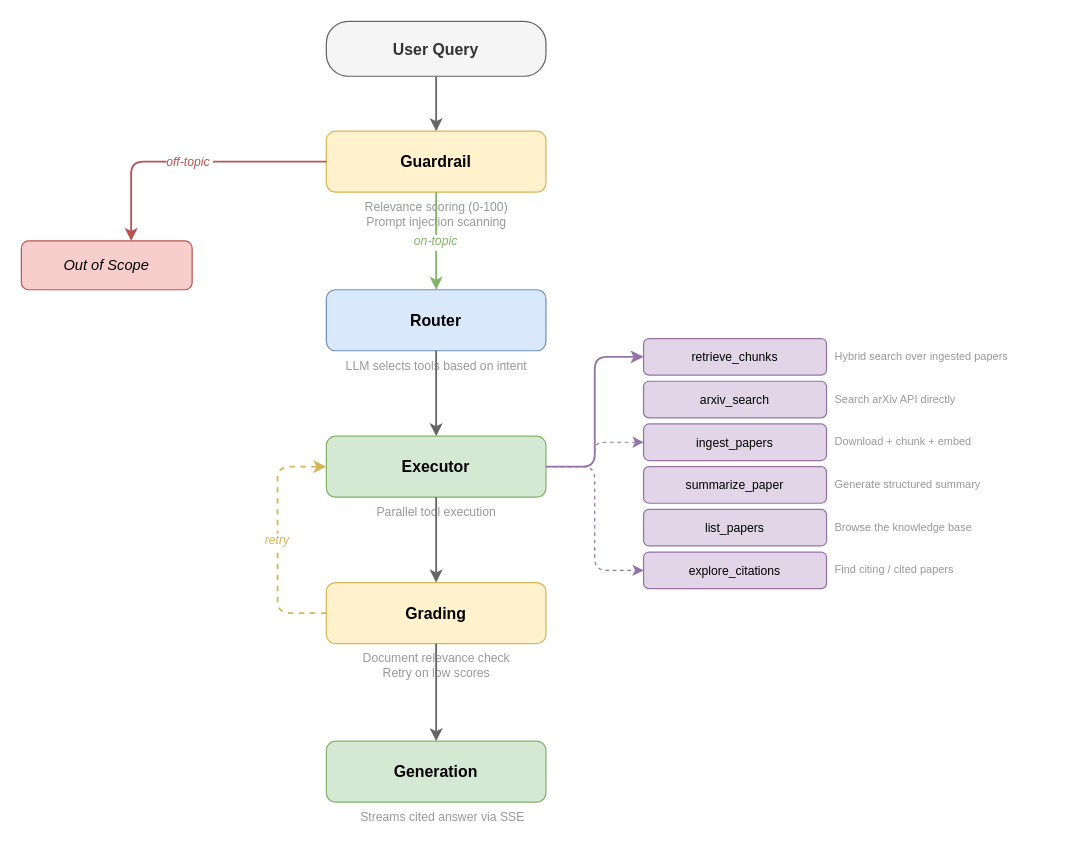
The draw.io diagram public/agent-workflow.drawio in spencerjireh/arxivian, before the edit. Source tidied: cells renumbered, new cells numbered last; positions are measured from the earlier drawing's top-left corner, leaving out a move shared by most shapes. Both pictures are drawn from the tidied source at 122%, with x=0, y=0 at pixel (21, 21).
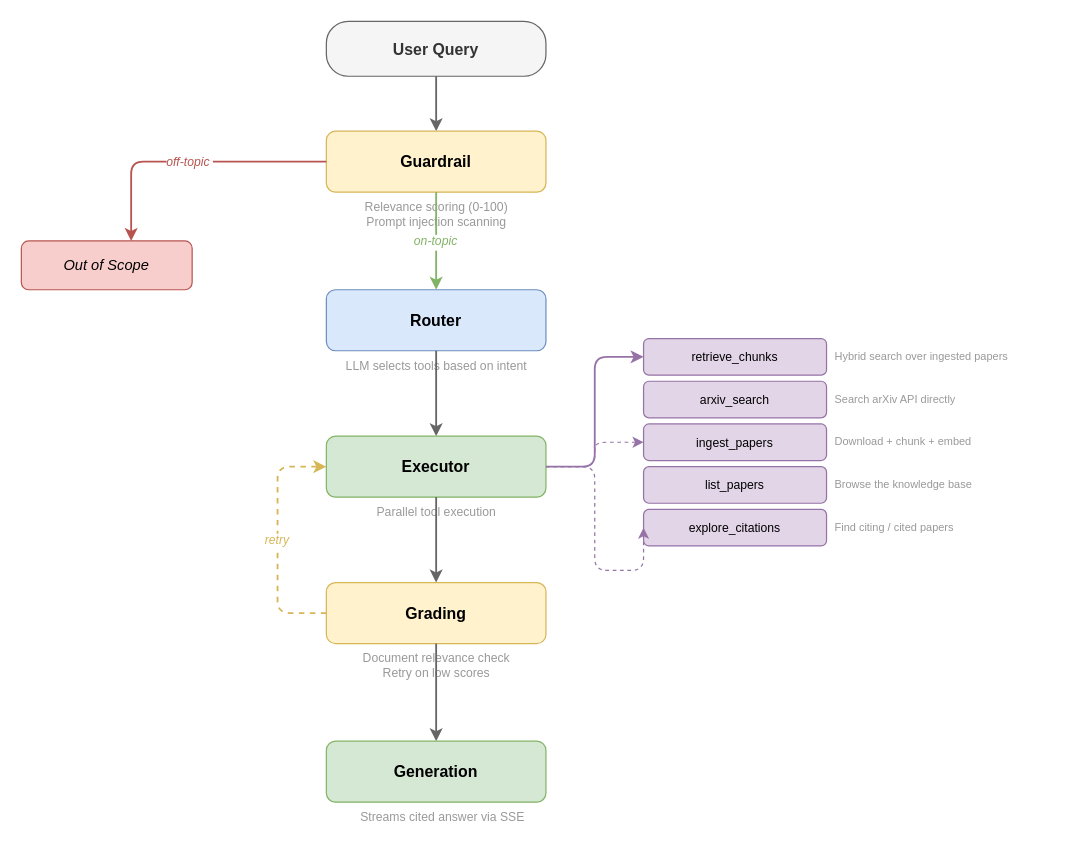
The same diagram, later.

The change refers to these unchanged cells:
```xml
<mxCell id="12" value="Executor" style="rounded=1;whiteSpace=wrap;html=1;fillColor=#d5e8d4;strokeColor=#82b366;fontSize=13;fontStyle=1;" parent="1" vertex="1">
  <mxGeometry x="250" y="340" width="180" height="50" as="geometry" />
</mxCell>
```

The edit, as a diff of the source:
```diff
@@
-    <mxCell id="20" value="summarize_paper" style="rounded=1;whiteSpace=wrap;html=1;fillColor=#e1d5e7;strokeColor=#9673a6;fontSize=10;fontStyle=0;" parent="1" vertex="1">
+    <mxCell id="20" value="list_papers" style="rounded=1;whiteSpace=wrap;html=1;fillColor=#e1d5e7;strokeColor=#9673a6;fontSize=10;fontStyle=0;" parent="1" vertex="1">
       <mxGeometry x="510" y="365" width="150" height="30" as="geometry" />
     </mxCell>
-    <mxCell id="21" value="Generate structured summary" style="text;html=1;align=left;verticalAlign=middle;strokeColor=none;fillColor=none;fontSize=9;fontColor=#999999;" parent="1" vertex="1">
-      <mxGeometry x="665" y="365" width="170" height="30" as="geometry" />
+    <mxCell id="21" value="Browse the knowledge base" style="text;html=1;align=left;verticalAlign=middle;strokeColor=none;fillColor=none;fontSize=9;fontColor=#999999;" parent="1" vertex="1">
+      <mxGeometry x="665" y="365" width="150" height="30" as="geometry" />
     </mxCell>
-    <mxCell id="22" value="list_papers" style="rounded=1;whiteSpace=wrap;html=1;fillColor=#e1d5e7;strokeColor=#9673a6;fontSize=10;fontStyle=0;" parent="1" vertex="1">
+    <mxCell id="22" value="explore_citations" style="rounded=1;whiteSpace=wrap;html=1;fillColor=#e1d5e7;strokeColor=#9673a6;fontSize=10;fontStyle=0;" parent="1" vertex="1">
       <mxGeometry x="510" y="400" width="150" height="30" as="geometry" />
     </mxCell>
-    <mxCell id="23" value="Browse the knowledge base" style="text;html=1;align=left;verticalAlign=middle;strokeColor=none;fillColor=none;fontSize=9;fontColor=#999999;" parent="1" vertex="1">
-      <mxGeometry x="665" y="400" width="150" height="30" as="geometry" />
+    <mxCell id="23" value="Find citing / cited papers" style="text;html=1;align=left;verticalAlign=middle;strokeColor=none;fillColor=none;fontSize=9;fontColor=#999999;" parent="1" vertex="1">
+      <mxGeometry x="665" y="400" width="140" height="30" as="geometry" />
     </mxCell>
-    <mxCell id="24" value="explore_citations" style="rounded=1;whiteSpace=wrap;html=1;fillColor=#e1d5e7;strokeColor=#9673a6;fontSize=10;fontStyle=0;" parent="1" vertex="1">
-      <mxGeometry x="510" y="435" width="150" height="30" as="geometry" />
-    </mxCell>
-    <mxCell id="25" value="Find citing / cited papers" style="text;html=1;align=left;verticalAlign=middle;strokeColor=none;fillColor=none;fontSize=9;fontColor=#999999;" parent="1" vertex="1">
-      <mxGeometry x="665" y="435" width="140" height="30" as="geometry" />
-    </mxCell>
@@
-    <mxCell id="28" style="edgeStyle=orthogonalEdgeStyle;rounded=1;strokeColor=#9673a6;strokeWidth=1;exitX=1;exitY=0.5;exitDx=0;exitDy=0;entryX=0;entryY=0.5;entryDx=0;entryDy=0;dashed=1;" parent="1" edge="1" source="12" target="24">
+    <mxCell id="28" style="edgeStyle=orthogonalEdgeStyle;rounded=1;strokeColor=#9673a6;strokeWidth=1;exitX=1;exitY=0.5;exitDx=0;exitDy=0;entryX=0;entryY=0.5;entryDx=0;entryDy=0;dashed=1;" parent="1" edge="1" source="12" target="22">
       <mxGeometry relative="1" as="geometry">
         <Array as="points">
           <mxPoint x="470" y="365" />
           <mxPoint x="470" y="450" />
         </Array>
       </mxGeometry>
     </mxCell>
```
